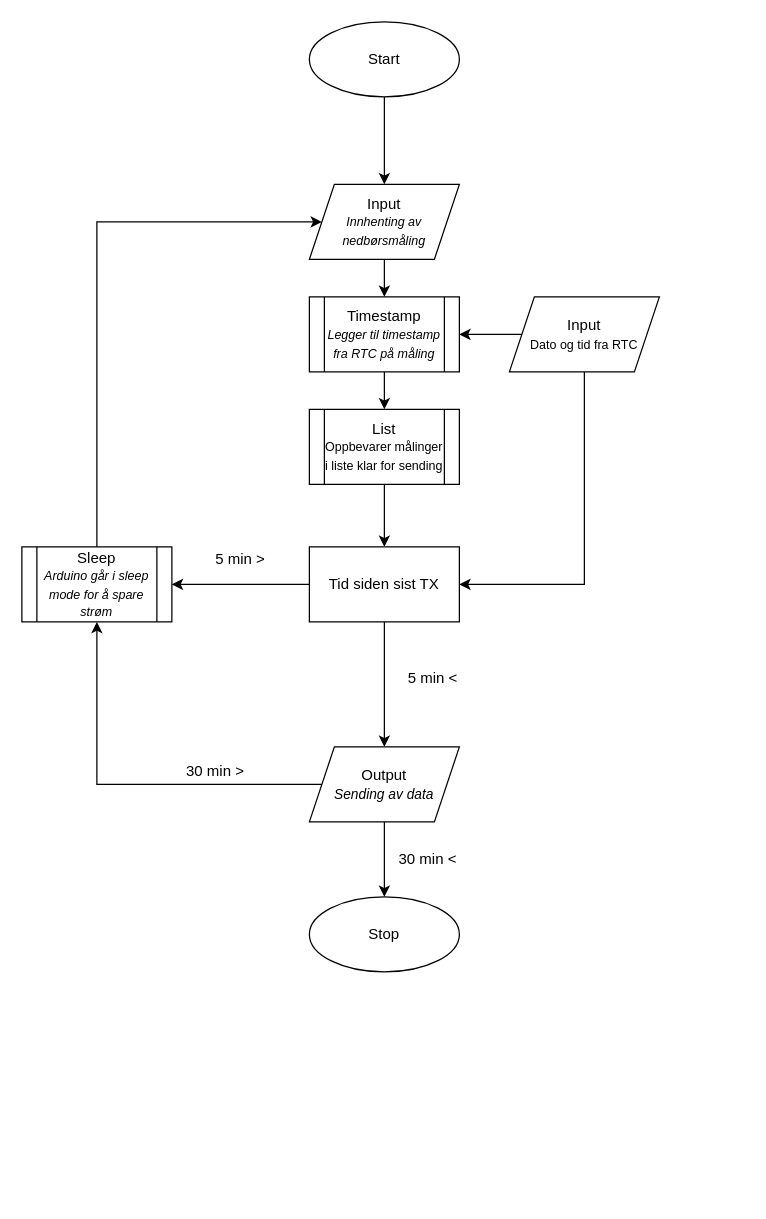
Earlier version of the draw.io diagram skisseArduinoSender.drawio (ring-jostein/rainSensorNetwork). Source tidied: cells renumbered, new cells numbered last; positions are measured from the earlier drawing's top-left corner, leaving out a move shared by most shapes. Both pictures are drawn from the tidied source at 125%, with x=0, y=0 at pixel (21, 21).
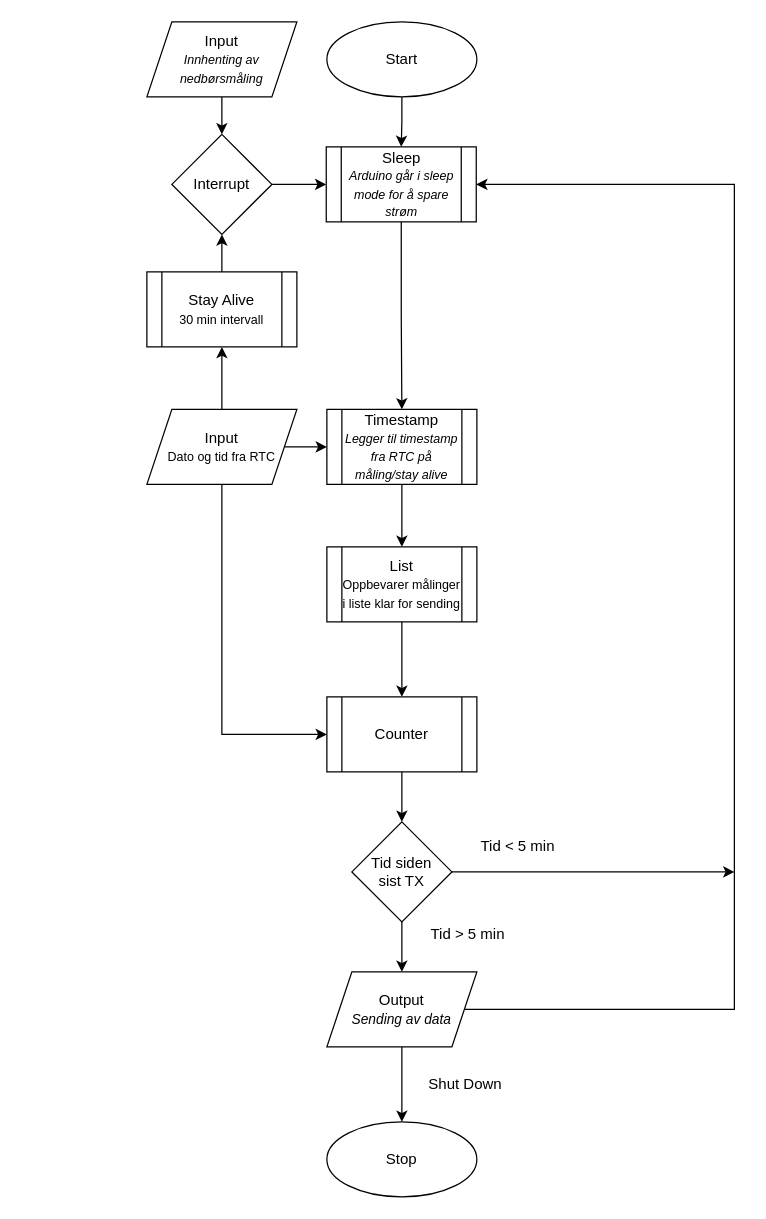
The same page after the edit.

Change to the diagram source:
```diff
@@
-    <mxCell id="2" style="edgeStyle=orthogonalEdgeStyle;rounded=0;jettySize=auto;html=1;entryX=0.5;entryY=0;entryDx=0;entryDy=0;" parent="1" edge="1" source="3" target="6">
-      <mxGeometry relative="1" as="geometry" />
-    </mxCell>
+    <mxCell id="26" style="edgeStyle=orthogonalEdgeStyle;rounded=0;jettySize=auto;html=1;" parent="1" edge="1" source="3" target="18">
+      <mxGeometry relative="1" as="geometry" />
+    </mxCell>
     <mxCell id="3" value="Start" style="ellipse;whiteSpace=wrap;html=1;" parent="1" vertex="1">
-      <mxGeometry x="230" width="120" height="60" as="geometry" />
+      <mxGeometry x="244" width="120" height="60" as="geometry" />
     </mxCell>
     <mxCell id="4" value="Stop" style="ellipse;whiteSpace=wrap;html=1;" parent="1" vertex="1">
-      <mxGeometry x="230" y="700" width="120" height="60" as="geometry" />
+      <mxGeometry x="244" y="880" width="120" height="60" as="geometry" />
     </mxCell>
-    <mxCell id="5" style="edgeStyle=orthogonalEdgeStyle;rounded=0;jettySize=auto;html=1;" parent="1" edge="1" source="6" target="11">
-      <mxGeometry relative="1" as="geometry" />
-    </mxCell>
-    <mxCell id="6" value="Input&lt;br&gt;&lt;i&gt;&lt;font style=&quot;font-size: 10px&quot;&gt;Innhenting av nedbørsmåling&lt;/font&gt;&lt;/i&gt;" style="shape=parallelogram;perimeter=parallelogramPerimeter;whiteSpace=wrap;html=1;fixedSize=1;" parent="1" vertex="1">
-      <mxGeometry x="230" y="130" width="120" height="60" as="geometry" />
-    </mxCell>
+    <mxCell id="8" style="edgeStyle=orthogonalEdgeStyle;rounded=0;jettySize=auto;html=1;entryX=1;entryY=0.5;entryDx=0;entryDy=0;" parent="1" edge="1" source="9" target="18">
+      <mxGeometry relative="1" as="geometry">
+        <Array as="points">
+          <mxPoint x="570" y="790" />
+          <mxPoint x="570" y="130" />
+        </Array>
+      </mxGeometry>
+    </mxCell>
-    <mxCell id="7" style="edgeStyle=orthogonalEdgeStyle;rounded=0;jettySize=auto;html=1;entryX=0.5;entryY=0;entryDx=0;entryDy=0;" parent="1" edge="1" source="9" target="4">
+    <mxCell id="7" style="edgeStyle=orthogonalEdgeStyle;rounded=0;jettySize=auto;html=1;" parent="1" edge="1" source="9" target="4">
       <mxGeometry relative="1" as="geometry" />
     </mxCell>
-    <mxCell id="8" style="edgeStyle=orthogonalEdgeStyle;rounded=0;jettySize=auto;html=1;entryX=0.5;entryY=1;entryDx=0;entryDy=0;" parent="1" edge="1" source="9" target="18">
-      <mxGeometry relative="1" as="geometry" />
-    </mxCell>
     <mxCell id="9" value="Output&lt;br&gt;&lt;i&gt;&lt;font style=&quot;font-size: 11px&quot;&gt;Sending av data&lt;/font&gt;&lt;/i&gt;" style="shape=parallelogram;perimeter=parallelogramPerimeter;whiteSpace=wrap;html=1;fixedSize=1;" parent="1" vertex="1">
-      <mxGeometry x="230" y="580" width="120" height="60" as="geometry" />
+      <mxGeometry x="244" y="760" width="120" height="60" as="geometry" />
     </mxCell>
@@
-    <mxCell id="11" value="Timestamp&lt;br style=&quot;font-size: 10px&quot;&gt;&lt;font size=&quot;1&quot;&gt;&lt;i&gt;Legger til timestamp fra RTC på måling&lt;/i&gt;&lt;/font&gt;" style="shape=process;whiteSpace=wrap;html=1;backgroundOutline=1;" parent="1" vertex="1">
-      <mxGeometry x="230" y="220" width="120" height="60" as="geometry" />
+    <mxCell id="11" value="Timestamp&lt;br style=&quot;font-size: 10px&quot;&gt;&lt;font size=&quot;1&quot;&gt;&lt;i&gt;Legger til timestamp fra RTC på måling/stay alive&lt;/i&gt;&lt;/font&gt;" style="shape=process;whiteSpace=wrap;html=1;backgroundOutline=1;" parent="1" vertex="1">
+      <mxGeometry x="244" y="310" width="120" height="60" as="geometry" />
     </mxCell>
+    <mxCell id="27" style="edgeStyle=orthogonalEdgeStyle;rounded=0;jettySize=auto;html=1;" parent="1" edge="1" source="16" target="35">
+      <mxGeometry relative="1" as="geometry" />
+    </mxCell>
+    <mxCell id="16" value="List&lt;br style=&quot;font-size: 10px&quot;&gt;&lt;font size=&quot;1&quot;&gt;Oppbevarer målinger i liste klar for sending&lt;/font&gt;" style="shape=process;whiteSpace=wrap;html=1;backgroundOutline=1;" parent="1" vertex="1">
+      <mxGeometry x="244" y="420" width="120" height="60" as="geometry" />
+    </mxCell>
+    <mxCell id="28" style="edgeStyle=orthogonalEdgeStyle;rounded=0;jettySize=auto;html=1;" parent="1" edge="1" source="6" target="33">
+      <mxGeometry relative="1" as="geometry" />
+    </mxCell>
+    <mxCell id="6" value="Input&lt;br&gt;&lt;i&gt;&lt;font style=&quot;font-size: 10px&quot;&gt;Innhenting av nedbørsmåling&lt;/font&gt;&lt;/i&gt;" style="shape=parallelogram;perimeter=parallelogramPerimeter;whiteSpace=wrap;html=1;fixedSize=1;" parent="1" vertex="1">
+      <mxGeometry x="100" width="120" height="60" as="geometry" />
+    </mxCell>
+    <mxCell id="29" style="edgeStyle=orthogonalEdgeStyle;rounded=0;jettySize=auto;html=1;entryX=0.5;entryY=0;entryDx=0;entryDy=0;" parent="1" edge="1" source="18" target="11">
+      <mxGeometry relative="1" as="geometry" />
+    </mxCell>
+    <mxCell id="18" value="&lt;span&gt;Sleep&lt;/span&gt;&lt;br&gt;&lt;i&gt;&lt;font style=&quot;font-size: 10px&quot;&gt;Arduino går i sleep mode for å spare strøm&lt;/font&gt;&lt;/i&gt;" style="shape=process;whiteSpace=wrap;html=1;backgroundOutline=1;" parent="1" vertex="1">
+      <mxGeometry x="243.5" y="100" width="120" height="60" as="geometry" />
+    </mxCell>
@@
-    <mxCell id="13" style="edgeStyle=orthogonalEdgeStyle;rounded=0;jettySize=auto;html=1;entryX=1;entryY=0.5;entryDx=0;entryDy=0;" parent="1" edge="1" source="14" target="23">
-      <mxGeometry relative="1" as="geometry">
-        <Array as="points">
-          <mxPoint x="450" y="450" />
-        </Array>
-      </mxGeometry>
-    </mxCell>
+    <mxCell id="30" style="edgeStyle=orthogonalEdgeStyle;rounded=0;jettySize=auto;html=1;entryX=0;entryY=0.5;entryDx=0;entryDy=0;" parent="1" edge="1" source="14" target="35">
+      <mxGeometry relative="1" as="geometry">
+        <Array as="points">
+          <mxPoint x="160" y="570" />
+        </Array>
+      </mxGeometry>
+    </mxCell>
+    <mxCell id="31" style="edgeStyle=orthogonalEdgeStyle;rounded=0;jettySize=auto;html=1;" parent="1" edge="1" source="14" target="41">
+      <mxGeometry relative="1" as="geometry" />
+    </mxCell>
     <mxCell id="14" value="Input&lt;br style=&quot;font-size: 10px&quot;&gt;&lt;font size=&quot;1&quot;&gt;Dato og tid fra RTC&lt;/font&gt;" style="shape=parallelogram;perimeter=parallelogramPerimeter;whiteSpace=wrap;html=1;fixedSize=1;" parent="1" vertex="1">
-      <mxGeometry x="390" y="220" width="120" height="60" as="geometry" />
+      <mxGeometry x="100" y="310" width="120" height="60" as="geometry" />
     </mxCell>
-    <mxCell id="15" style="edgeStyle=orthogonalEdgeStyle;rounded=0;jettySize=auto;html=1;entryX=0.5;entryY=0;entryDx=0;entryDy=0;" parent="1" edge="1" source="16" target="23">
-      <mxGeometry relative="1" as="geometry" />
-    </mxCell>
-    <mxCell id="16" value="List&lt;br style=&quot;font-size: 10px&quot;&gt;&lt;font size=&quot;1&quot;&gt;Oppbevarer målinger i liste klar for sending&lt;/font&gt;" style="shape=process;whiteSpace=wrap;html=1;backgroundOutline=1;" parent="1" vertex="1">
-      <mxGeometry x="230" y="310" width="120" height="60" as="geometry" />
-    </mxCell>
-    <mxCell id="17" style="edgeStyle=orthogonalEdgeStyle;rounded=0;jettySize=auto;html=1;entryX=0;entryY=0.5;entryDx=0;entryDy=0;" parent="1" edge="1" source="18" target="6">
-      <mxGeometry relative="1" as="geometry">
-        <Array as="points">
-          <mxPoint x="60" y="160" />
-        </Array>
-      </mxGeometry>
-    </mxCell>
-    <mxCell id="18" value="&lt;span&gt;Sleep&lt;/span&gt;&lt;br&gt;&lt;i&gt;&lt;font style=&quot;font-size: 10px&quot;&gt;Arduino går i sleep mode for å spare strøm&lt;/font&gt;&lt;/i&gt;" style="shape=process;whiteSpace=wrap;html=1;backgroundOutline=1;" parent="1" vertex="1">
-      <mxGeometry y="420" width="120" height="60" as="geometry" />
-    </mxCell>
-    <mxCell id="19" value="5 min &amp;gt;" style="text;html=1;strokeColor=none;fillColor=none;align=center;verticalAlign=middle;whiteSpace=wrap;rounded=0;" parent="1" vertex="1">
-      <mxGeometry x="150" y="420" width="50" height="20" as="geometry" />
-    </mxCell>
-    <mxCell id="20" value="5 min &amp;lt;" style="text;html=1;strokeColor=none;fillColor=none;align=center;verticalAlign=middle;whiteSpace=wrap;rounded=0;" parent="1" vertex="1">
-      <mxGeometry x="304" y="515" width="50" height="20" as="geometry" />
-    </mxCell>
-    <mxCell id="21" style="edgeStyle=orthogonalEdgeStyle;rounded=0;jettySize=auto;html=1;entryX=1;entryY=0.5;entryDx=0;entryDy=0;" parent="1" edge="1" source="23" target="18">
-      <mxGeometry relative="1" as="geometry" />
-    </mxCell>
+    <mxCell id="32" style="edgeStyle=orthogonalEdgeStyle;rounded=0;jettySize=auto;html=1;" parent="1" edge="1" source="33" target="18">
+      <mxGeometry relative="1" as="geometry" />
+    </mxCell>
+    <mxCell id="33" value="Interrupt" style="rhombus;whiteSpace=wrap;html=1;" parent="1" vertex="1">
+      <mxGeometry x="120" y="90" width="80" height="80" as="geometry" />
+    </mxCell>
+    <mxCell id="34" style="edgeStyle=orthogonalEdgeStyle;rounded=0;jettySize=auto;html=1;" parent="1" edge="1" source="35" target="23">
+      <mxGeometry relative="1" as="geometry" />
+    </mxCell>
+    <mxCell id="35" value="Counter" style="shape=process;whiteSpace=wrap;html=1;backgroundOutline=1;" parent="1" vertex="1">
+      <mxGeometry x="244" y="540" width="120" height="60" as="geometry" />
+    </mxCell>
-    <mxCell id="22" style="edgeStyle=orthogonalEdgeStyle;rounded=0;jettySize=auto;html=1;entryX=0.5;entryY=0;entryDx=0;entryDy=0;" parent="1" edge="1" source="23" target="9">
+    <mxCell id="22" style="edgeStyle=orthogonalEdgeStyle;rounded=0;jettySize=auto;html=1;" parent="1" edge="1" source="23" target="9">
       <mxGeometry relative="1" as="geometry" />
     </mxCell>
+    <mxCell id="36" style="edgeStyle=orthogonalEdgeStyle;rounded=0;jettySize=auto;html=1;" parent="1" edge="1" source="23">
+      <mxGeometry relative="1" as="geometry">
+        <mxPoint x="570" y="680" as="targetPoint" />
+      </mxGeometry>
+    </mxCell>
-    <mxCell id="23" value="Tid siden sist TX" style="rounded=0;whiteSpace=wrap;html=1;" parent="1" vertex="1">
-      <mxGeometry x="230" y="420" width="120" height="60" as="geometry" />
+    <mxCell id="23" value="Tid siden&lt;br&gt;sist TX" style="rhombus;whiteSpace=wrap;html=1;" parent="1" vertex="1">
+      <mxGeometry x="264" y="640" width="80" height="80" as="geometry" />
     </mxCell>
-    <mxCell id="24" value="30 min &amp;gt;" style="text;html=1;strokeColor=none;fillColor=none;align=center;verticalAlign=middle;whiteSpace=wrap;rounded=0;" parent="1" vertex="1">
-      <mxGeometry x="130" y="590" width="50" height="20" as="geometry" />
-    </mxCell>
-    <mxCell id="25" value="30 min &amp;lt;" style="text;html=1;strokeColor=none;fillColor=none;align=center;verticalAlign=middle;whiteSpace=wrap;rounded=0;" parent="1" vertex="1">
-      <mxGeometry x="300" y="660" width="50" height="20" as="geometry" />
-    </mxCell>
+    <mxCell id="37" value="Tid &amp;gt; 5 min" style="text;html=1;strokeColor=none;fillColor=none;align=center;verticalAlign=middle;whiteSpace=wrap;rounded=0;" parent="1" vertex="1">
+      <mxGeometry x="324" y="720" width="66" height="20" as="geometry" />
+    </mxCell>
+    <mxCell id="38" value="Shut Down" style="text;html=1;strokeColor=none;fillColor=none;align=center;verticalAlign=middle;whiteSpace=wrap;rounded=0;" parent="1" vertex="1">
+      <mxGeometry x="320" y="840" width="70" height="20" as="geometry" />
+    </mxCell>
+    <mxCell id="39" value="Tid &amp;lt; 5 min" style="text;html=1;strokeColor=none;fillColor=none;align=center;verticalAlign=middle;whiteSpace=wrap;rounded=0;" parent="1" vertex="1">
+      <mxGeometry x="364" y="650" width="66" height="20" as="geometry" />
+    </mxCell>
+    <mxCell id="40" style="edgeStyle=orthogonalEdgeStyle;rounded=0;jettySize=auto;html=1;" parent="1" edge="1" source="41" target="33">
+      <mxGeometry relative="1" as="geometry" />
+    </mxCell>
+    <mxCell id="41" value="Stay Alive&lt;br style=&quot;font-size: 10px&quot;&gt;&lt;font size=&quot;1&quot;&gt;30 min intervall&lt;/font&gt;" style="shape=process;whiteSpace=wrap;html=1;backgroundOutline=1;" parent="1" vertex="1">
+      <mxGeometry x="100" y="200" width="120" height="60" as="geometry" />
+    </mxCell>
```
